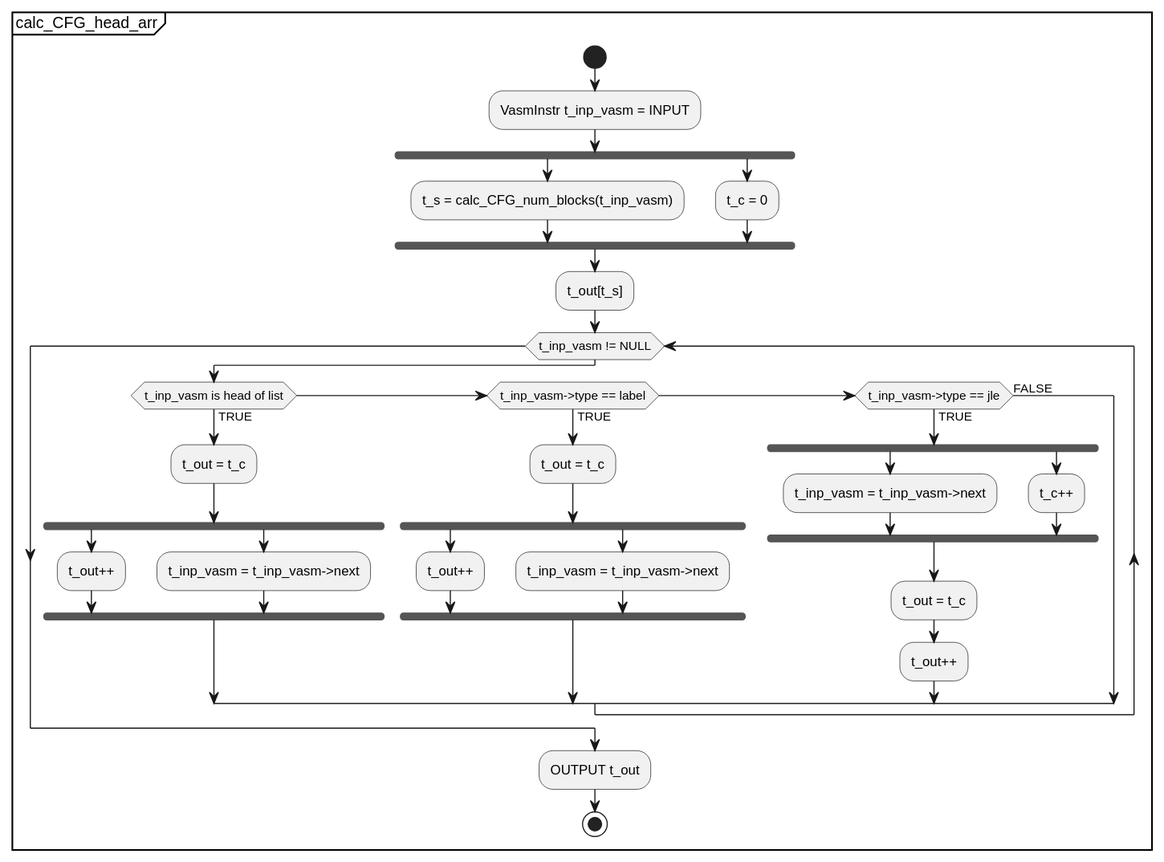
Above: docs/UML/Control_Flow_Graph_Generation_Scheme/submodules/svg/calc_CFG_head_arr.svg in KeithCBrett/Python-Compiler (PlantUML), before the change. Its diagram source:
```plantuml
@startuml
partition calc_CFG_head_arr {
    start
    :VasmInstr t_inp_vasm = INPUT;
    fork
        :t_s = calc_CFG_num_blocks(t_inp_vasm);
    fork again
        :t_c = 0;
    fork end
    :t_out[t_s];
    while (t_inp_vasm != NULL)
        if (t_inp_vasm is head of list) then (TRUE)
            :t_out = t_c;
            fork
                :t_out++;
            fork again
                :t_inp_vasm = t_inp_vasm->next;
            fork end
        elseif (t_inp_vasm->type == label) then (TRUE)
            :t_out = t_c;
            fork
                :t_out++;
            fork again
                :t_inp_vasm = t_inp_vasm->next;
            fork end
        elseif (t_inp_vasm->type == jle) then (TRUE)
            fork
                :t_inp_vasm = t_inp_vasm->next;
            fork again
                :t_c++;
            fork end
            :t_out = t_c;
            :t_out++;
        else (FALSE)
        endif
    endwhile
    :OUTPUT t_out;
    stop
}
@enduml
```
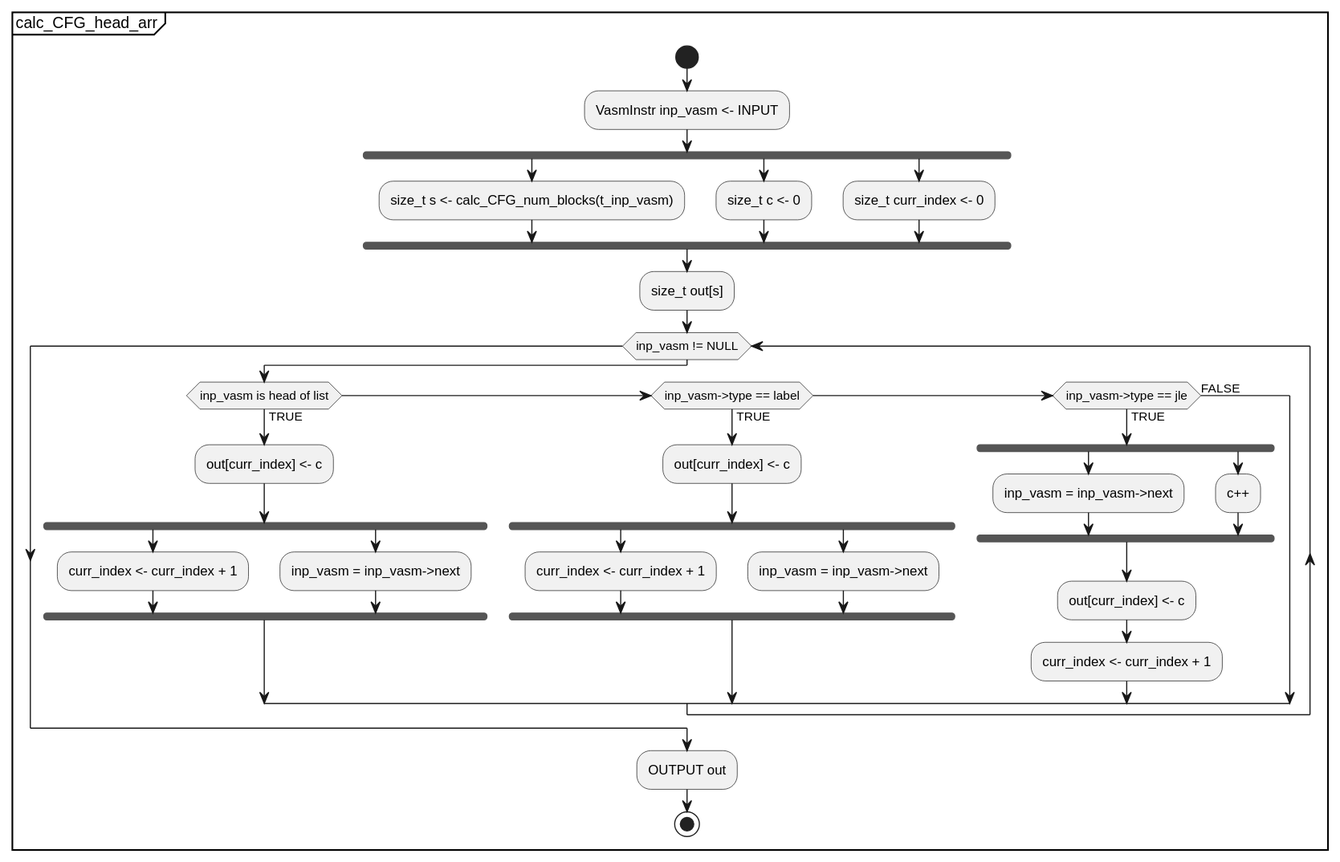
After the change.

The edit, as a diff of the source:
```diff
@@ -1,40 +1,42 @@
 @startuml
 partition calc_CFG_head_arr {
-    start
-    :VasmInstr t_inp_vasm = INPUT;
-    fork
-        :t_s = calc_CFG_num_blocks(t_inp_vasm);
-    fork again
-        :t_c = 0;
-    fork end
-    :t_out[t_s];
-    while (t_inp_vasm != NULL)
-        if (t_inp_vasm is head of list) then (TRUE)
-            :t_out = t_c;
-            fork
-                :t_out++;
-            fork again
-                :t_inp_vasm = t_inp_vasm->next;
-            fork end
-        elseif (t_inp_vasm->type == label) then (TRUE)
-            :t_out = t_c;
-            fork
-                :t_out++;
-            fork again
-                :t_inp_vasm = t_inp_vasm->next;
-            fork end
-        elseif (t_inp_vasm->type == jle) then (TRUE)
-            fork
-                :t_inp_vasm = t_inp_vasm->next;
-            fork again
-                :t_c++;
-            fork end
-            :t_out = t_c;
-            :t_out++;
-        else (FALSE)
-        endif
-    endwhile
-    :OUTPUT t_out;
-    stop
+	start
+	:VasmInstr inp_vasm <- INPUT;
+	fork
+		:size_t s <- calc_CFG_num_blocks(t_inp_vasm);
+	fork again
+		:size_t c <- 0;
+	fork again
+		:size_t curr_index <- 0;
+	fork end
+	:size_t out[s];
+	while (inp_vasm != NULL)
+		if (inp_vasm is head of list) then (TRUE)
+			:out[curr_index] <- c;
+		fork
+			:curr_index <- curr_index + 1;
+		fork again
+			:inp_vasm = inp_vasm->next;
+		fork end
+		elseif (inp_vasm->type == label) then (TRUE)
+			:out[curr_index] <- c;
+			fork
+				:curr_index <- curr_index + 1;
+			fork again
+				:inp_vasm = inp_vasm->next;
+			fork end
+		elseif (inp_vasm->type == jle) then (TRUE)
+			fork
+				:inp_vasm = inp_vasm->next;
+			fork again
+				:c++;
+			fork end
+				:out[curr_index] <- c;
+				:curr_index <- curr_index + 1;
+		else (FALSE)
+		endif
+	endwhile
+	:OUTPUT out;
+	stop
 }
 @enduml
```
